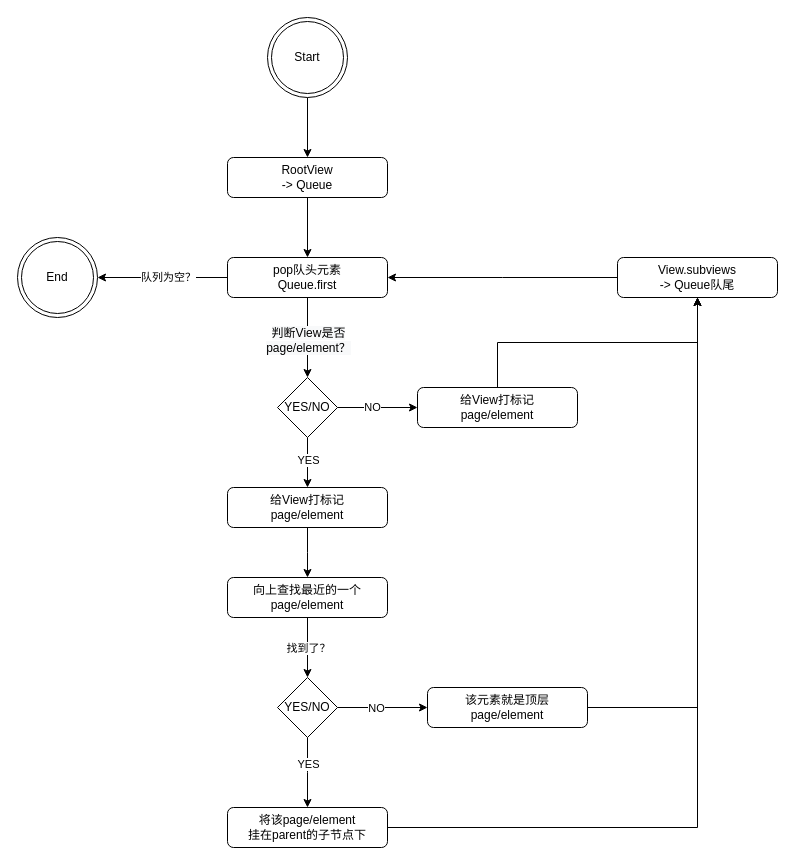
Before: netease/EventTracing/曙光计划-iOS VTree.drawio in yuyinghao/diagrams, a draw.io diagram. Source tidied: cells renumbered, new cells numbered last; positions are measured from the earlier drawing's top-left corner, leaving out a move shared by most shapes. Both pictures are drawn from the tidied source at 100%, with x=0, y=0 at pixel (17, 17).
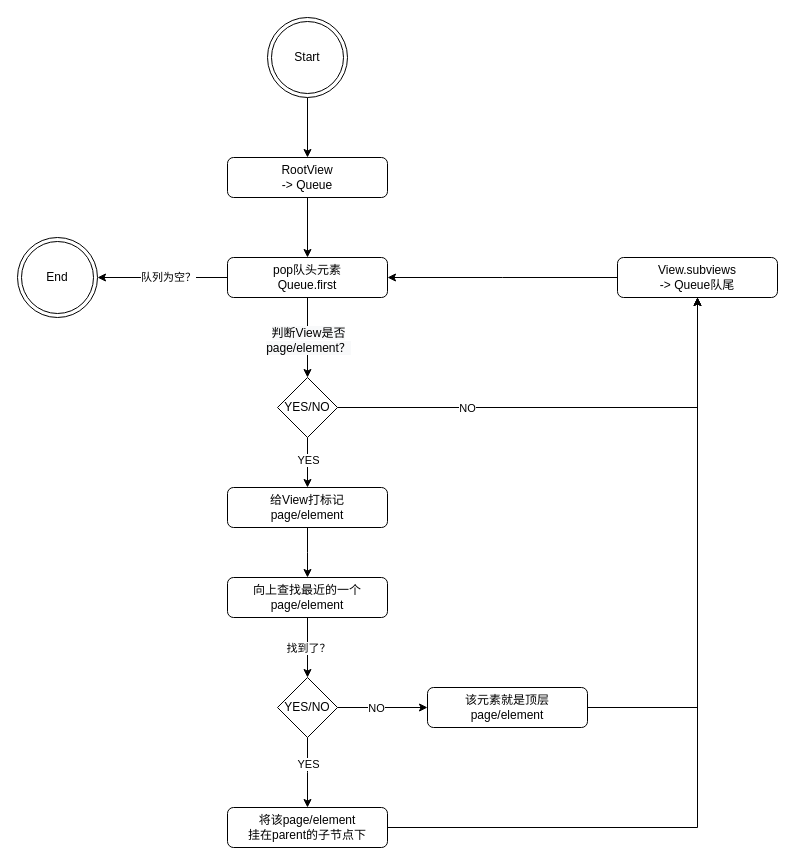
Above is the later version.

The change refers to these unchanged cells:
```xml
<mxCell id="15" value="YES/NO" style="rhombus;whiteSpace=wrap;html=1;" parent="1" vertex="1">
  <mxGeometry x="260" y="360" width="60" height="60" as="geometry" />
</mxCell>
<mxCell id="21" value="View.subviews&lt;br&gt;-&amp;gt; Queue队尾" style="rounded=1;whiteSpace=wrap;html=1;" parent="1" vertex="1">
  <mxGeometry x="600" y="240" width="160" height="40" as="geometry" />
</mxCell>
```

Change to the diagram source:
```diff
@@
-    <mxCell id="13" style="rounded=0;jettySize=auto;html=1;edgeStyle=elbowEdgeStyle;elbow=vertical;" parent="1" edge="1" source="15" target="19">
-      <mxGeometry relative="1" as="geometry" />
-    </mxCell>
+    <mxCell id="35" style="edgeStyle=elbowEdgeStyle;rounded=0;jettySize=auto;elbow=vertical;html=1;" parent="1" edge="1" source="15" target="21">
+      <mxGeometry relative="1" as="geometry">
+        <Array as="points">
+          <mxPoint x="420" y="390" />
+        </Array>
+      </mxGeometry>
+    </mxCell>
-    <mxCell id="14" value="NO" style="edgeLabel;html=1;align=center;verticalAlign=middle;" parent="13" vertex="1">
-      <mxGeometry x="-0.14" y="1" relative="1" as="geometry" />
+    <mxCell id="14" value="NO" style="edgeLabel;html=1;align=center;verticalAlign=middle;" parent="35" vertex="1">
+      <mxGeometry x="-0.45" y="1" relative="1" as="geometry">
+        <mxPoint y="1" as="offset" />
+      </mxGeometry>
     </mxCell>
@@
-    <mxCell id="18" style="edgeStyle=elbowEdgeStyle;rounded=0;jettySize=auto;elbow=vertical;html=1;" parent="1" edge="1" source="19" target="21">
-      <mxGeometry relative="1" as="geometry" />
-    </mxCell>
-    <mxCell id="19" value="给View打标记&lt;br&gt;page/element" style="rounded=1;whiteSpace=wrap;html=1;" parent="1" vertex="1">
-      <mxGeometry x="400" y="370" width="160" height="40" as="geometry" />
-    </mxCell>
```
